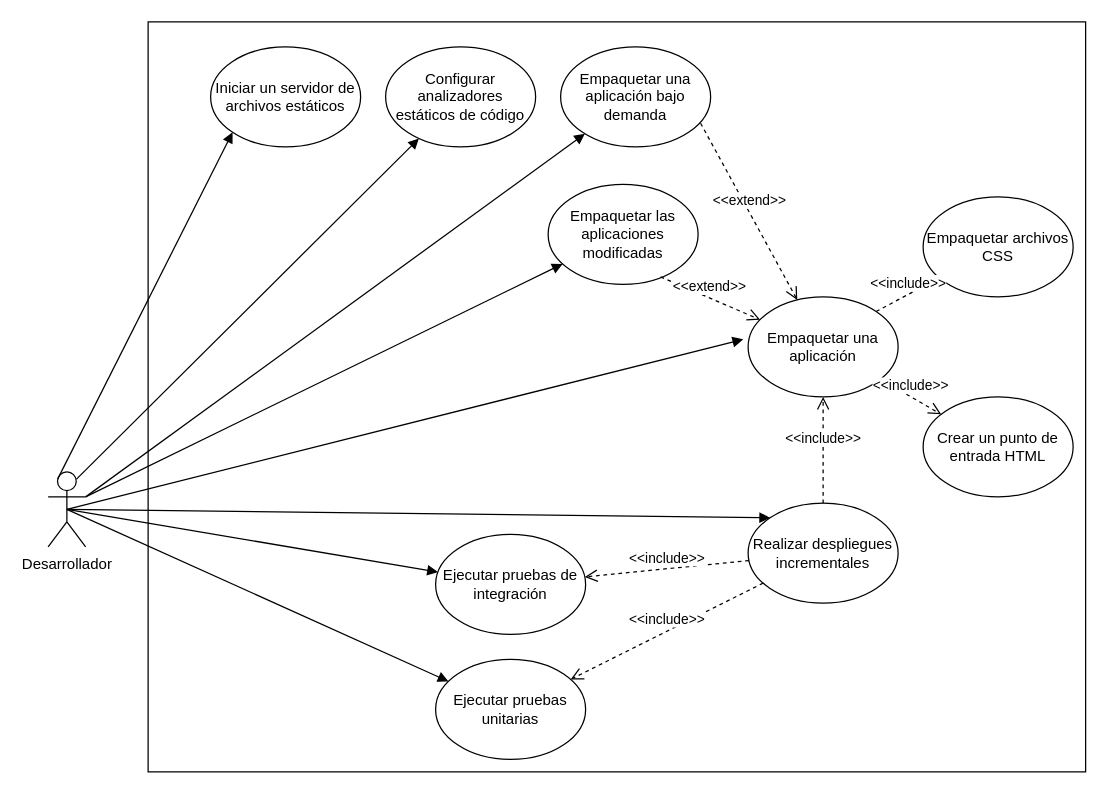
Earlier version of the draw.io diagram casos uso.drawio (isidrok/memoria-tfg). Source tidied: cells renumbered, new cells numbered last; positions are measured from the earlier drawing's top-left corner, leaving out a move shared by most shapes. Both pictures are drawn from the tidied source at 125%, with x=0, y=0 at pixel (48, 21).
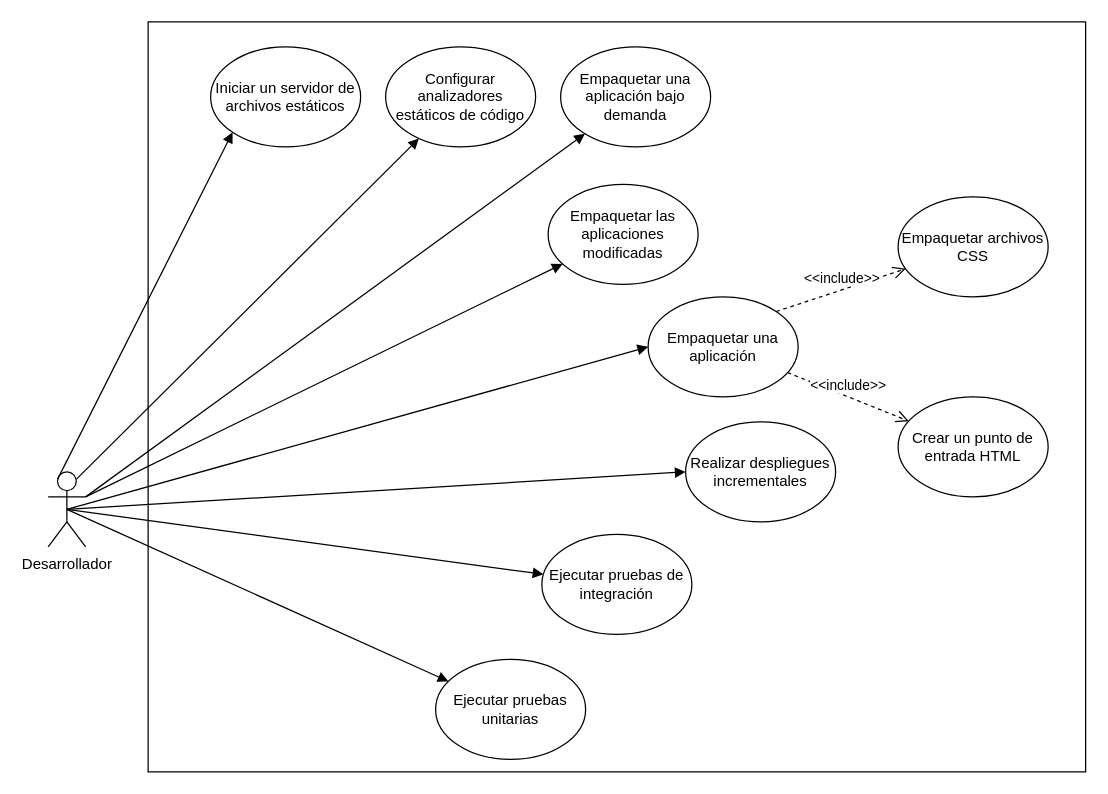
The same page after the edit.

Unchanged cells that the change refers to:
```xml
<mxCell id="3" value="Desarrollador&lt;br&gt;" style="shape=umlActor;verticalLabelPosition=bottom;verticalAlign=top;html=1;outlineConnect=0;" parent="1" vertex="1">
  <mxGeometry y="360" width="30" height="60" as="geometry" />
</mxCell>
<mxCell id="5" value="Ejecutar pruebas unitarias" style="ellipse;whiteSpace=wrap;html=1;" parent="1" vertex="1">
  <mxGeometry x="310" y="510" width="120" height="80" as="geometry" />
</mxCell>
<mxCell id="9" value="Empaquetar una aplicación bajo demanda" style="ellipse;whiteSpace=wrap;html=1;" parent="1" vertex="1">
  <mxGeometry x="410" y="20" width="120" height="80" as="geometry" />
</mxCell>
<mxCell id="12" value="Empaquetar las aplicaciones modificadas" style="ellipse;whiteSpace=wrap;html=1;" parent="1" vertex="1">
  <mxGeometry x="400" y="130" width="120" height="80" as="geometry" />
</mxCell>
```

Diff of the diagram source:
```diff
@@
     <mxCell id="4" value="Empaquetar una aplicación" style="ellipse;whiteSpace=wrap;html=1;" parent="1" vertex="1">
-      <mxGeometry x="560" y="220" width="120" height="80" as="geometry" />
+      <mxGeometry x="480" y="220" width="120" height="80" as="geometry" />
     </mxCell>
@@
     <mxCell id="7" value="Empaquetar archivos CSS" style="ellipse;whiteSpace=wrap;html=1;" parent="1" vertex="1">
-      <mxGeometry x="700" y="140" width="120" height="80" as="geometry" />
+      <mxGeometry x="680" y="140" width="120" height="80" as="geometry" />
     </mxCell>
     <mxCell id="8" value="Ejecutar pruebas de integración" style="ellipse;whiteSpace=wrap;html=1;" parent="1" vertex="1">
-      <mxGeometry x="310" y="410" width="120" height="80" as="geometry" />
+      <mxGeometry x="395" y="410" width="120" height="80" as="geometry" />
     </mxCell>
@@
     <mxCell id="11" value="Crear un punto de entrada HTML" style="ellipse;whiteSpace=wrap;html=1;" parent="1" vertex="1">
-      <mxGeometry x="700" y="300" width="120" height="80" as="geometry" />
+      <mxGeometry x="680" y="300" width="120" height="80" as="geometry" />
     </mxCell>
@@
     <mxCell id="13" value="Realizar despliegues incrementales" style="ellipse;whiteSpace=wrap;html=1;" parent="1" vertex="1">
-      <mxGeometry x="560" y="385" width="120" height="80" as="geometry" />
+      <mxGeometry x="510" y="320" width="120" height="80" as="geometry" />
     </mxCell>
@@
-    <mxCell id="18" value="&amp;lt;&amp;lt;extend&amp;gt;&amp;gt;" style="html=1;verticalAlign=bottom;endArrow=open;dashed=1;endSize=8;exitX=0.933;exitY=0.763;exitDx=0;exitDy=0;exitPerimeter=0;" parent="1" edge="1" source="9" target="4">
-      <mxGeometry relative="1" as="geometry" />
-    </mxCell>
-    <mxCell id="19" value="&amp;lt;&amp;lt;extend&amp;gt;&amp;gt;" style="html=1;verticalAlign=bottom;endArrow=open;dashed=1;endSize=8;exitX=0.75;exitY=0.925;exitDx=0;exitDy=0;exitPerimeter=0;" parent="1" edge="1" source="12" target="4">
-      <mxGeometry relative="1" as="geometry" />
-    </mxCell>
@@
-    <mxCell id="21" style="html=1;verticalAlign=bottom;endArrow=block;entryX=-0.033;entryY=0.425;entryDx=0;entryDy=0;entryPerimeter=0;exitX=0.5;exitY=0.5;exitDx=0;exitDy=0;exitPerimeter=0;" parent="1" edge="1" source="3" target="4">
+    <mxCell id="21" style="html=1;verticalAlign=bottom;endArrow=block;entryX=0;entryY=0.5;entryDx=0;entryDy=0;exitX=0.5;exitY=0.5;exitDx=0;exitDy=0;exitPerimeter=0;" parent="1" edge="1" source="3" target="4">
       <mxGeometry relative="1" as="geometry" />
     </mxCell>
@@
-    <mxCell id="25" style="html=1;verticalAlign=bottom;endArrow=block;entryX=0;entryY=0;entryDx=0;entryDy=0;exitX=0.5;exitY=0.5;exitDx=0;exitDy=0;exitPerimeter=0;" parent="1" edge="1" source="3" target="13">
+    <mxCell id="25" style="html=1;verticalAlign=bottom;endArrow=block;entryX=0;entryY=0.5;entryDx=0;entryDy=0;exitX=0.5;exitY=0.5;exitDx=0;exitDy=0;exitPerimeter=0;" parent="1" edge="1" source="3" target="13">
       <mxGeometry relative="1" as="geometry" />
     </mxCell>
-    <mxCell id="26" value="&amp;lt;&amp;lt;include&amp;gt;&amp;gt;" style="html=1;verticalAlign=bottom;endArrow=open;dashed=1;endSize=8;" parent="1" edge="1" source="13" target="5">
-      <mxGeometry relative="1" as="geometry" />
-    </mxCell>
-    <mxCell id="27" value="&amp;lt;&amp;lt;include&amp;gt;&amp;gt;" style="html=1;verticalAlign=bottom;endArrow=open;dashed=1;endSize=8;" parent="1" edge="1" source="13" target="8">
-      <mxGeometry relative="1" as="geometry" />
-    </mxCell>
-    <mxCell id="28" value="&amp;lt;&amp;lt;include&amp;gt;&amp;gt;" style="html=1;verticalAlign=bottom;endArrow=open;dashed=1;endSize=8;exitX=0.5;exitY=0;exitDx=0;exitDy=0;" parent="1" edge="1" source="13" target="4">
-      <mxGeometry relative="1" as="geometry" />
-    </mxCell>
```
